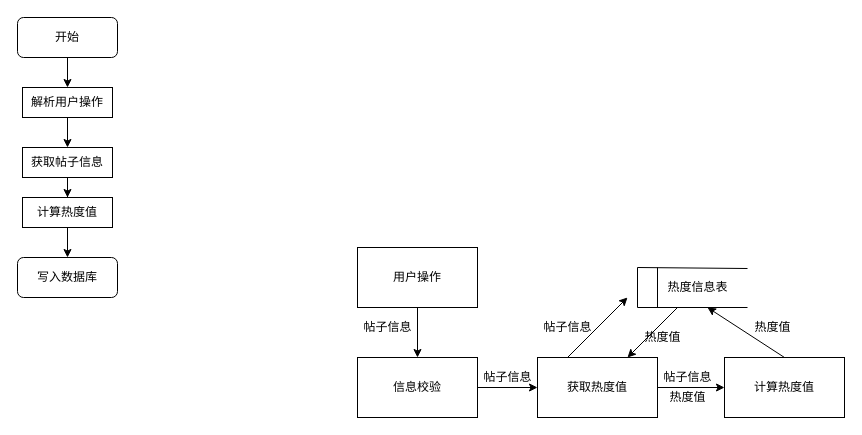
This is 毕业论文/热门推荐流程图.drawio from lululuhui/flow-chart-warehouse, a draw.io file, before an edit. Source tidied: cells renumbered, new cells numbered last; positions are measured from the earlier drawing's top-left corner, leaving out a move shared by most shapes. Both pictures are drawn from the tidied source at 100%, with x=0, y=0 at pixel (17, 17).
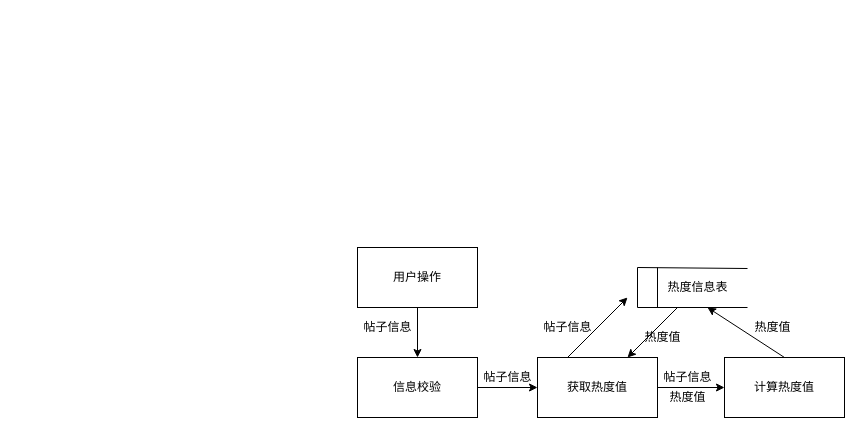
Above is the later version.

Commit message (it also covers changes not shown here):
Update 热门推荐流程图.drawio

Change to the diagram source:
```diff
@@
-    <mxCell id="2" style="edgeStyle=orthogonalEdgeStyle;rounded=0;jettySize=auto;html=1;exitX=0.5;exitY=1;exitDx=0;exitDy=0;entryX=0.5;entryY=0;entryDx=0;entryDy=0;" parent="1" edge="1" source="3" target="5">
-      <mxGeometry relative="1" as="geometry" />
-    </mxCell>
-    <mxCell id="3" value="开始" style="rounded=1;whiteSpace=wrap;html=1;" parent="1" vertex="1">
-      <mxGeometry width="100" height="40" as="geometry" />
-    </mxCell>
-    <mxCell id="4" style="edgeStyle=orthogonalEdgeStyle;rounded=0;jettySize=auto;html=1;" parent="1" edge="1" source="5" target="7">
-      <mxGeometry relative="1" as="geometry" />
-    </mxCell>
-    <mxCell id="5" value="解析用户操作" style="rounded=0;whiteSpace=wrap;html=1;" parent="1" vertex="1">
-      <mxGeometry x="5" y="70" width="90" height="30" as="geometry" />
-    </mxCell>
-    <mxCell id="6" style="edgeStyle=orthogonalEdgeStyle;rounded=0;jettySize=auto;html=1;" parent="1" edge="1" source="7" target="9">
-      <mxGeometry relative="1" as="geometry" />
-    </mxCell>
-    <mxCell id="7" value="获取帖子信息" style="rounded=0;whiteSpace=wrap;html=1;" parent="1" vertex="1">
-      <mxGeometry x="5" y="130" width="90" height="30" as="geometry" />
-    </mxCell>
-    <mxCell id="8" style="edgeStyle=orthogonalEdgeStyle;rounded=0;jettySize=auto;html=1;" parent="1" edge="1" source="9" target="10">
-      <mxGeometry relative="1" as="geometry" />
-    </mxCell>
-    <mxCell id="9" value="计算热度值" style="rounded=0;whiteSpace=wrap;html=1;" parent="1" vertex="1">
-      <mxGeometry x="5" y="180" width="90" height="30" as="geometry" />
-    </mxCell>
-    <mxCell id="10" value="写入数据库" style="rounded=1;whiteSpace=wrap;html=1;" parent="1" vertex="1">
-      <mxGeometry y="240" width="100" height="40" as="geometry" />
-    </mxCell>
```
